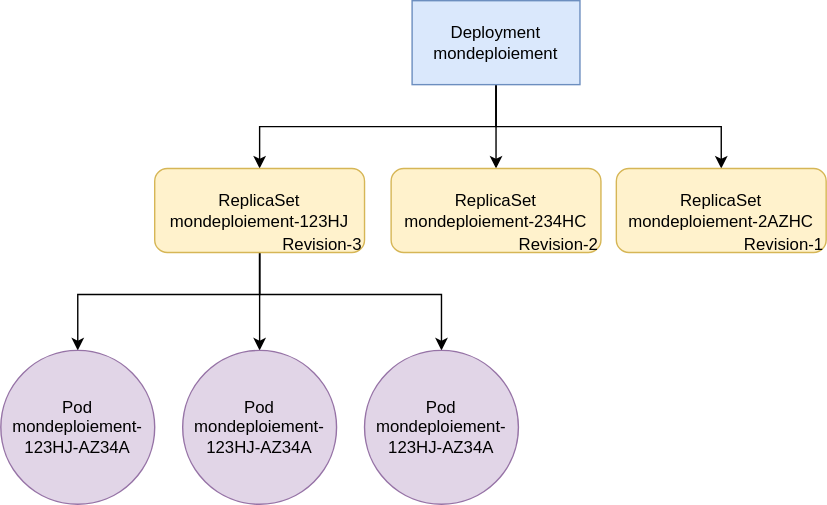
This is images/Deployment.svg from obeyler/Formation-K8S, a draw.io export, as it was before one commit. Source tidied: cells renumbered, new cells last; positions are measured from the earlier drawing's top-left corner, leaving out a move shared by most shapes.
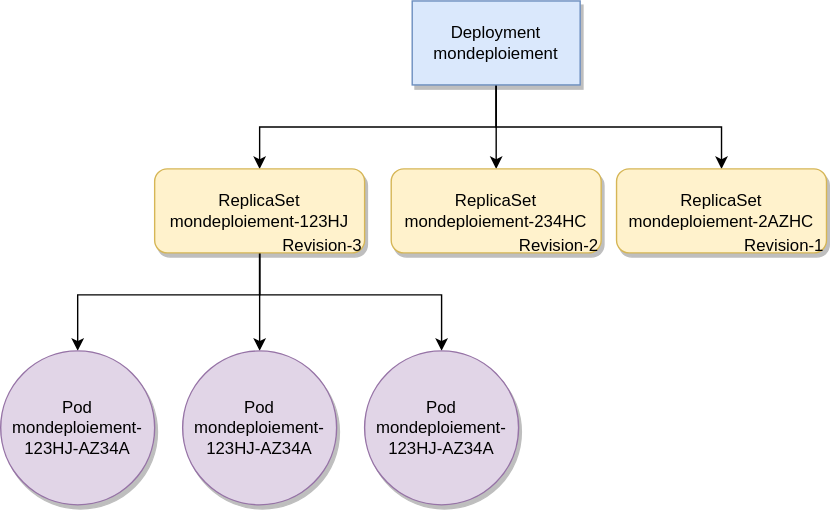
Above is the later version.

The edit, as a diff of the source:
```diff
@@ -11,7 +11,7 @@
     <mxCell id="4" style="edgeStyle=orthogonalEdgeStyle;rounded=0;jettySize=auto;html=1;entryX=0.5;entryY=0;entryDx=0;entryDy=0;exitX=0.5;exitY=1;exitDx=0;exitDy=0;" parent="1" edge="1" source="5" target="12">
       <mxGeometry relative="1" as="geometry" />
     </mxCell>
-    <mxCell id="5" value="Deployment&lt;br&gt;mondeploiement" style="rounded=0;whiteSpace=wrap;html=1;fillColor=#dae8fc;strokeColor=#6c8ebf;" parent="1" vertex="1">
+    <mxCell id="5" value="Deployment&lt;br&gt;mondeploiement" style="rounded=0;whiteSpace=wrap;html=1;fillColor=#dae8fc;strokeColor=#6c8ebf;shadow=1;" parent="1" vertex="1">
       <mxGeometry x="294" width="120" height="60" as="geometry" />
     </mxCell>
     <mxCell id="6" style="edgeStyle=orthogonalEdgeStyle;rounded=0;jettySize=auto;html=1;entryX=0.5;entryY=0;entryDx=0;entryDy=0;" parent="1" edge="1" source="9" target="11">
@@ -33,22 +33,22 @@
         </Array>
       </mxGeometry>
     </mxCell>
-    <mxCell id="9" value="ReplicaSet&lt;br&gt;mondeploiement-123HJ" style="rounded=1;whiteSpace=wrap;html=1;fillColor=#fff2cc;strokeColor=#d6b656;" parent="1" vertex="1">
+    <mxCell id="9" value="ReplicaSet&lt;br&gt;mondeploiement-123HJ" style="rounded=1;whiteSpace=wrap;html=1;fillColor=#fff2cc;strokeColor=#d6b656;shadow=1;glass=0;" parent="1" vertex="1">
       <mxGeometry x="110" y="120" width="150" height="60" as="geometry" />
     </mxCell>
-    <mxCell id="10" value="ReplicaSet&lt;br&gt;mondeploiement-234HC" style="rounded=1;whiteSpace=wrap;html=1;fillColor=#fff2cc;strokeColor=#d6b656;" parent="1" vertex="1">
+    <mxCell id="10" value="ReplicaSet&lt;br&gt;mondeploiement-234HC" style="rounded=1;whiteSpace=wrap;html=1;fillColor=#fff2cc;strokeColor=#d6b656;shadow=1;" parent="1" vertex="1">
       <mxGeometry x="279" y="120" width="150" height="60" as="geometry" />
     </mxCell>
-    <mxCell id="11" value="Pod&lt;br&gt;mondeploiement-123HJ-AZ34A" style="ellipse;whiteSpace=wrap;html=1;fillColor=#e1d5e7;strokeColor=#9673a6;" parent="1" vertex="1">
+    <mxCell id="11" value="Pod&lt;br&gt;mondeploiement-123HJ-AZ34A" style="ellipse;whiteSpace=wrap;html=1;fillColor=#e1d5e7;strokeColor=#9673a6;sketch=0;shadow=1;" parent="1" vertex="1">
       <mxGeometry y="250" width="110" height="110" as="geometry" />
     </mxCell>
-    <mxCell id="12" value="ReplicaSet&lt;br&gt;mondeploiement-2AZHC" style="rounded=1;whiteSpace=wrap;html=1;fillColor=#fff2cc;strokeColor=#d6b656;" parent="1" vertex="1">
+    <mxCell id="12" value="ReplicaSet&lt;br&gt;mondeploiement-2AZHC" style="rounded=1;whiteSpace=wrap;html=1;fillColor=#fff2cc;strokeColor=#d6b656;shadow=1;" parent="1" vertex="1">
       <mxGeometry x="440" y="120" width="150" height="60" as="geometry" />
     </mxCell>
-    <mxCell id="13" value="Pod&lt;br&gt;mondeploiement-123HJ-AZ34A" style="ellipse;whiteSpace=wrap;html=1;fillColor=#e1d5e7;strokeColor=#9673a6;" parent="1" vertex="1">
+    <mxCell id="13" value="Pod&lt;br&gt;mondeploiement-123HJ-AZ34A" style="ellipse;whiteSpace=wrap;html=1;fillColor=#e1d5e7;strokeColor=#9673a6;shadow=1;" parent="1" vertex="1">
       <mxGeometry x="130" y="250" width="110" height="110" as="geometry" />
     </mxCell>
-    <mxCell id="14" value="Pod&lt;br&gt;mondeploiement-123HJ-AZ34A" style="ellipse;whiteSpace=wrap;html=1;fillColor=#e1d5e7;strokeColor=#9673a6;" parent="1" vertex="1">
+    <mxCell id="14" value="Pod&lt;br&gt;mondeploiement-123HJ-AZ34A" style="ellipse;whiteSpace=wrap;html=1;fillColor=#e1d5e7;strokeColor=#9673a6;shadow=1;" parent="1" vertex="1">
       <mxGeometry x="260" y="250" width="110" height="110" as="geometry" />
     </mxCell>
     <mxCell id="15" value="Revision-3" style="text;html=1;strokeColor=none;fillColor=none;align=center;verticalAlign=middle;whiteSpace=wrap;rounded=0;" parent="1" vertex="1">
```
